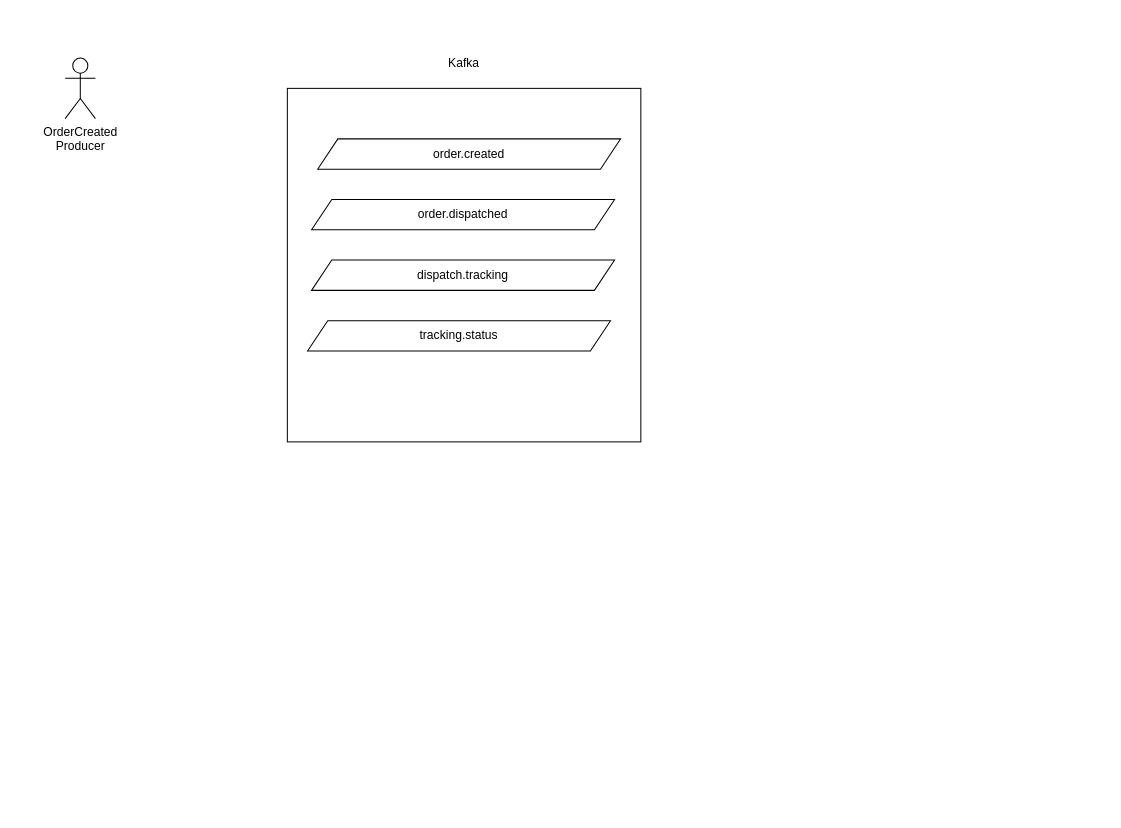
Before: Kafka_order.drawio in JensErikPedersen/drawio, a draw.io diagram. Source tidied: cells renumbered, new cells numbered last; positions are measured from the earlier drawing's top-left corner, leaving out a move shared by most shapes. Both pictures are drawn from the tidied source at 101%, with x=0, y=0 at pixel (65, 47).
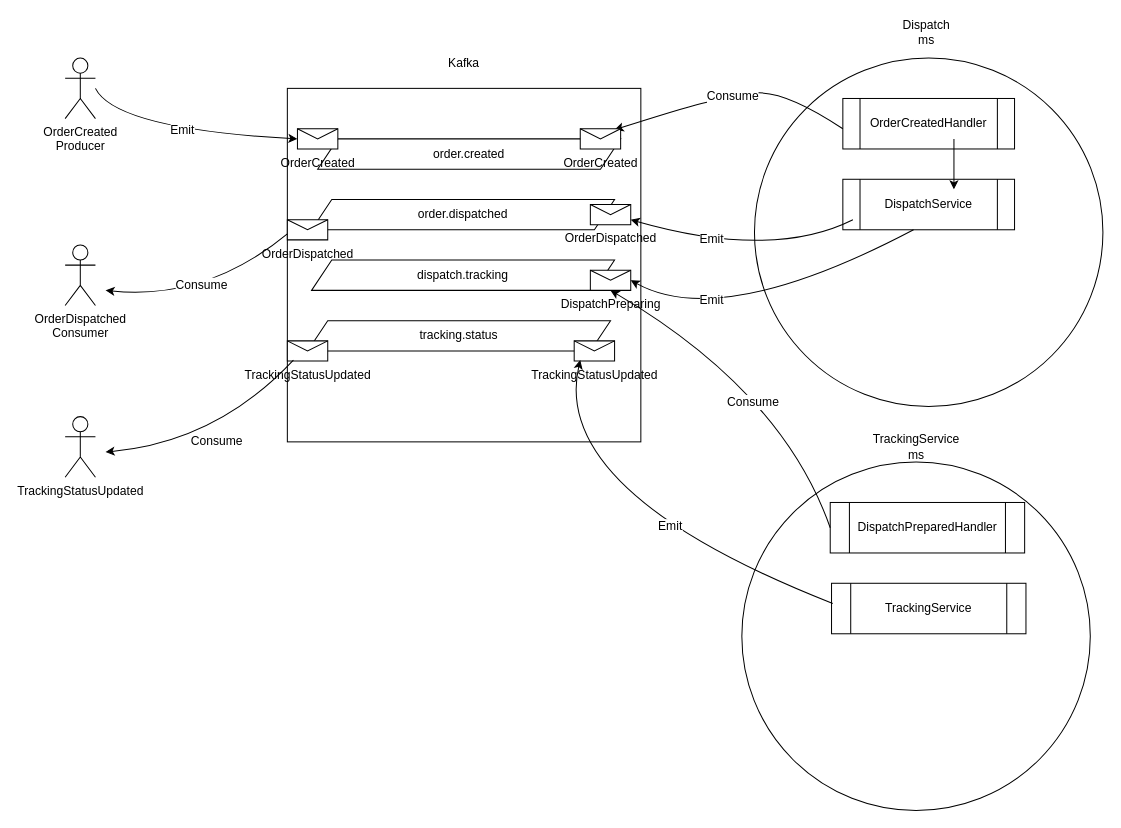
Above is the later version.

What changed in the source:
```diff
@@
+    <mxCell id="9" value="OrderCreated" style="shape=message;html=1;html=1;outlineConnect=0;labelPosition=center;verticalLabelPosition=bottom;align=center;verticalAlign=top;strokeColor=default;fontFamily=Helvetica;fontSize=12;fontColor=default;fillColor=default;" parent="1" vertex="1">
+      <mxGeometry x="230" y="80" width="40" height="20" as="geometry" />
+    </mxCell>
+    <mxCell id="10" style="curved=1;endArrow=classic;html=1;rounded=0;fontFamily=Helvetica;fontSize=12;fontColor=default;entryX=0;entryY=0.5;entryDx=0;entryDy=0;" parent="1" edge="1" target="9">
+      <mxGeometry relative="1" as="geometry">
+        <mxPoint x="30" y="40" as="sourcePoint" />
+        <Array as="points">
+          <mxPoint x="50" y="80" />
+        </Array>
+      </mxGeometry>
+    </mxCell>
+    <mxCell id="11" value="Emit" style="edgeLabel;html=1;align=center;verticalAlign=middle;fontSize=12;fontFamily=Helvetica;fontColor=default;" parent="10" vertex="1">
+      <mxGeometry x="-0.02" y="2" relative="1" as="geometry" />
+    </mxCell>
+    <mxCell id="12" style="ellipse;whiteSpace=wrap;html=1;strokeColor=default;align=center;verticalAlign=middle;fontFamily=Helvetica;fontSize=12;fontColor=default;fillColor=default;" parent="1" vertex="1">
+      <mxGeometry x="682.5" y="10" width="345" height="345" as="geometry" />
+    </mxCell>
+    <mxCell id="13" value="Dispatch&lt;br&gt;ms" style="text;html=1;strokeColor=none;fillColor=none;align=center;verticalAlign=middle;whiteSpace=wrap;rounded=0;fontSize=12;fontFamily=Helvetica;fontColor=default;" parent="1" vertex="1">
+      <mxGeometry x="823" y="-30" width="60" height="30" as="geometry" />
+    </mxCell>
+    <mxCell id="14" value="OrderCreatedHandler" style="shape=process;whiteSpace=wrap;html=1;backgroundOutline=1;strokeColor=default;align=center;verticalAlign=middle;fontFamily=Helvetica;fontSize=12;fontColor=default;fillColor=default;" parent="1" vertex="1">
+      <mxGeometry x="770" y="50" width="170" height="50" as="geometry" />
+    </mxCell>
+    <mxCell id="15" value="Consume" style="curved=1;endArrow=classic;html=1;rounded=0;fontFamily=Helvetica;fontSize=12;fontColor=default;entryX=0.85;entryY=0.05;entryDx=0;entryDy=0;entryPerimeter=0;" parent="1" edge="1" target="16">
+      <mxGeometry relative="1" as="geometry">
+        <mxPoint x="770" y="80" as="sourcePoint" />
+        <Array as="points">
+          <mxPoint x="710" y="40" />
+          <mxPoint x="650" y="50" />
+          <mxPoint x="610" y="60" />
+        </Array>
+      </mxGeometry>
+    </mxCell>
+    <mxCell id="16" value="OrderCreated" style="shape=message;html=1;html=1;outlineConnect=0;labelPosition=center;verticalLabelPosition=bottom;align=center;verticalAlign=top;strokeColor=default;fontFamily=Helvetica;fontSize=12;fontColor=default;fillColor=default;" parent="1" vertex="1">
+      <mxGeometry x="510" y="80" width="40" height="20" as="geometry" />
+    </mxCell>
+    <mxCell id="17" value="DispatchService" style="shape=process;whiteSpace=wrap;html=1;backgroundOutline=1;strokeColor=default;align=center;verticalAlign=middle;fontFamily=Helvetica;fontSize=12;fontColor=default;fillColor=default;" parent="1" vertex="1">
+      <mxGeometry x="770" y="130" width="170" height="50" as="geometry" />
+    </mxCell>
+    <mxCell id="18" value="OrderDispatched" style="shape=message;html=1;html=1;labelPosition=center;verticalLabelPosition=bottom;align=center;verticalAlign=top;strokeColor=default;fontFamily=Helvetica;fontSize=12;fontColor=default;fillColor=default;" parent="1" vertex="1">
+      <mxGeometry x="520" y="155" width="40" height="20" as="geometry" />
+    </mxCell>
+    <mxCell id="19" value="DispatchPreparing" style="shape=message;html=1;html=1;labelPosition=center;verticalLabelPosition=bottom;align=center;verticalAlign=top;strokeColor=default;fontFamily=Helvetica;fontSize=12;fontColor=default;fillColor=default;" parent="1" vertex="1">
+      <mxGeometry x="520" y="220" width="40" height="20" as="geometry" />
+    </mxCell>
+    <mxCell id="20" value="Emit" style="curved=1;endArrow=classic;html=1;rounded=0;fontFamily=Helvetica;fontSize=12;fontColor=default;" parent="1" edge="1">
+      <mxGeometry x="0.3" y="-3" relative="1" as="geometry">
+        <mxPoint x="780" y="170" as="sourcePoint" />
+        <mxPoint x="560" y="170" as="targetPoint" />
+        <Array as="points">
+          <mxPoint x="700" y="210" />
+        </Array>
+      </mxGeometry>
+    </mxCell>
+    <mxCell id="21" value="Emit" style="curved=1;endArrow=classic;html=1;rounded=0;fontFamily=Helvetica;fontSize=12;fontColor=default;" parent="1" edge="1">
+      <mxGeometry x="0.5" y="-21" relative="1" as="geometry">
+        <mxPoint x="840" y="180" as="sourcePoint" />
+        <mxPoint x="560" y="230" as="targetPoint" />
+        <Array as="points">
+          <mxPoint x="650" y="280" />
+        </Array>
+      </mxGeometry>
+    </mxCell>
+    <mxCell id="22" style="ellipse;whiteSpace=wrap;html=1;strokeColor=default;align=center;verticalAlign=middle;fontFamily=Helvetica;fontSize=12;fontColor=default;fillColor=default;" parent="1" vertex="1">
+      <mxGeometry x="670" y="410" width="345" height="345" as="geometry" />
+    </mxCell>
+    <mxCell id="23" style="endArrow=classic;html=1;rounded=0;fontFamily=Helvetica;fontSize=12;fontColor=default;" parent="1" edge="1">
+      <mxGeometry relative="1" as="geometry">
+        <mxPoint x="880" y="90" as="sourcePoint" />
+        <mxPoint x="880" y="140" as="targetPoint" />
+      </mxGeometry>
+    </mxCell>
+    <mxCell id="24" value="TrackingService&lt;br&gt;ms" style="text;html=1;strokeColor=none;fillColor=none;align=center;verticalAlign=middle;whiteSpace=wrap;rounded=0;fontSize=12;fontFamily=Helvetica;fontColor=default;" parent="1" vertex="1">
+      <mxGeometry x="813" y="380" width="60" height="30" as="geometry" />
+    </mxCell>
+    <mxCell id="25" value="DispatchPreparedHandler" style="shape=process;whiteSpace=wrap;html=1;backgroundOutline=1;strokeColor=default;align=center;verticalAlign=middle;fontFamily=Helvetica;fontSize=12;fontColor=default;fillColor=default;" parent="1" vertex="1">
+      <mxGeometry x="757.5" y="450" width="192.5" height="50" as="geometry" />
+    </mxCell>
+    <mxCell id="26" value="Consume" style="curved=1;endArrow=classic;html=1;rounded=0;fontFamily=Helvetica;fontSize=12;fontColor=default;exitX=0;exitY=0.5;exitDx=0;exitDy=0;" parent="1" edge="1" source="25">
+      <mxGeometry x="-0.04" y="24" relative="1" as="geometry">
+        <mxPoint x="540" y="240" as="targetPoint" />
+        <Array as="points">
+          <mxPoint x="710" y="340" />
+        </Array>
+      </mxGeometry>
+    </mxCell>
+    <mxCell id="27" value="TrackingService" style="shape=process;whiteSpace=wrap;html=1;backgroundOutline=1;strokeColor=default;align=center;verticalAlign=middle;fontFamily=Helvetica;fontSize=12;fontColor=default;fillColor=default;" parent="1" vertex="1">
+      <mxGeometry x="758.8" y="530" width="192.5" height="50" as="geometry" />
+    </mxCell>
+    <mxCell id="28" value="OrderDispatched&lt;br&gt;Consumer" style="shape=umlActor;verticalLabelPosition=bottom;verticalAlign=top;html=1;strokeColor=default;align=center;fontFamily=Helvetica;fontSize=12;fontColor=default;fillColor=default;" parent="1" vertex="1">
+      <mxGeometry y="195" width="30" height="60" as="geometry" />
+    </mxCell>
+    <mxCell id="29" value="TrackingStatusUpdated" style="shape=message;html=1;html=1;outlineConnect=0;labelPosition=center;verticalLabelPosition=bottom;align=center;verticalAlign=top;strokeColor=default;fontFamily=Helvetica;fontSize=12;fontColor=default;fillColor=default;" parent="1" vertex="1">
+      <mxGeometry x="504" y="290" width="40" height="20" as="geometry" />
+    </mxCell>
+    <mxCell id="30" value="OrderDispatched" style="shape=message;html=1;html=1;outlineConnect=0;labelPosition=center;verticalLabelPosition=bottom;align=center;verticalAlign=top;strokeColor=default;fontFamily=Helvetica;fontSize=12;fontColor=default;fillColor=default;" parent="1" vertex="1">
+      <mxGeometry x="220" y="170" width="40" height="20" as="geometry" />
+    </mxCell>
+    <mxCell id="31" value="Consume" style="curved=1;endArrow=classic;html=1;rounded=0;fontFamily=Helvetica;fontSize=12;fontColor=default;exitX=0;exitY=0.7;exitDx=0;exitDy=0;" parent="1" edge="1" source="30">
+      <mxGeometry x="-0.04" y="-15" relative="1" as="geometry">
+        <mxPoint x="40" y="240" as="targetPoint" />
+        <Array as="points">
+          <mxPoint x="140" y="250" />
+        </Array>
+      </mxGeometry>
+    </mxCell>
+    <mxCell id="32" style="curved=1;endArrow=classic;html=1;rounded=0;fontFamily=Helvetica;fontSize=12;fontColor=default;entryX=0.15;entryY=0.95;entryDx=0;entryDy=0;entryPerimeter=0;" parent="1" edge="1" target="29">
+      <mxGeometry relative="1" as="geometry">
+        <mxPoint x="760" y="550" as="sourcePoint" />
+        <Array as="points">
+          <mxPoint x="480" y="440" />
+        </Array>
+      </mxGeometry>
+    </mxCell>
+    <mxCell id="33" value="Emit" style="edgeLabel;html=1;align=center;verticalAlign=middle;fontSize=12;fontFamily=Helvetica;fontColor=default;" parent="32" vertex="1">
+      <mxGeometry x="-0.18" y="-12" relative="1" as="geometry" />
+    </mxCell>
+    <mxCell id="34" value="TrackingStatusUpdated" style="shape=message;html=1;html=1;outlineConnect=0;labelPosition=center;verticalLabelPosition=bottom;align=center;verticalAlign=top;strokeColor=default;fontFamily=Helvetica;fontSize=12;fontColor=default;fillColor=default;" parent="1" vertex="1">
+      <mxGeometry x="220" y="290" width="40" height="20" as="geometry" />
+    </mxCell>
+    <mxCell id="35" value="TrackingStatusUpdated" style="shape=umlActor;verticalLabelPosition=bottom;verticalAlign=top;html=1;strokeColor=default;align=center;fontFamily=Helvetica;fontSize=12;fontColor=default;fillColor=default;" parent="1" vertex="1">
+      <mxGeometry y="365" width="30" height="60" as="geometry" />
+    </mxCell>
+    <mxCell id="36" value="Consume" style="curved=1;endArrow=classic;html=1;rounded=0;fontFamily=Helvetica;fontSize=12;fontColor=default;exitX=0.15;exitY=0.95;exitDx=0;exitDy=0;exitPerimeter=0;" parent="1" edge="1" source="34">
+      <mxGeometry relative="1" as="geometry">
+        <mxPoint x="40" y="400" as="targetPoint" />
+        <Array as="points">
+          <mxPoint x="150" y="390" />
+        </Array>
+      </mxGeometry>
+    </mxCell>
```
